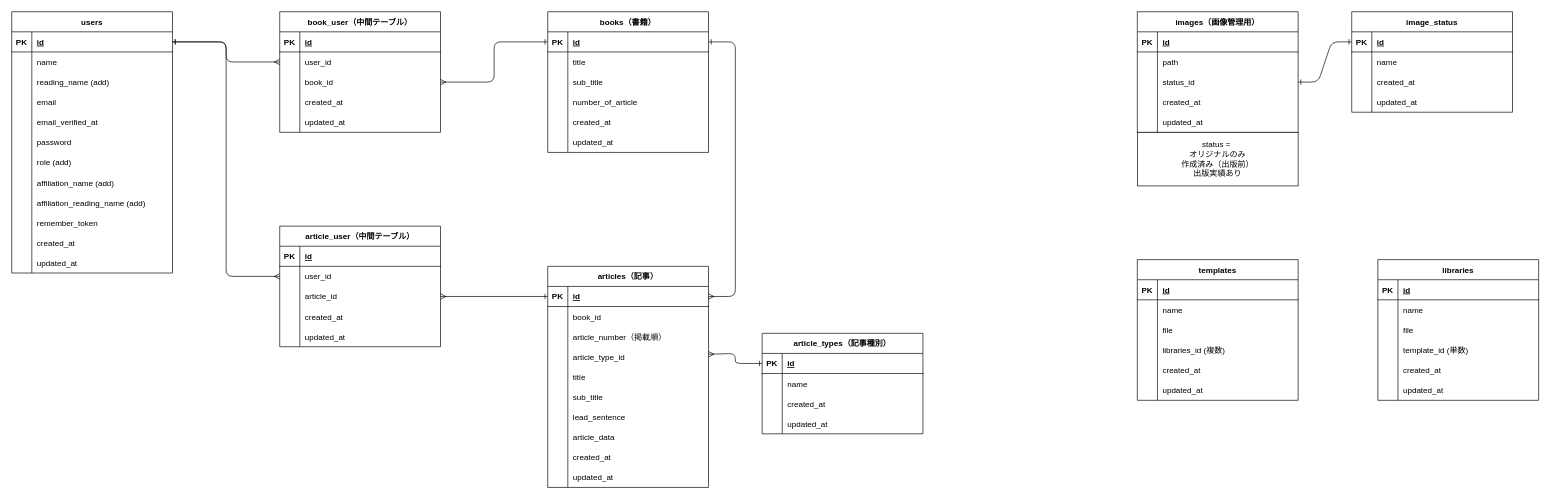
Before: _documents/BookWriterDB.drawio in nishi3da/book-writer, a draw.io diagram. Source tidied: cells renumbered, new cells numbered last; positions are measured from the earlier drawing's top-left corner, leaving out a move shared by most shapes. Both pictures are drawn from the tidied source at 67%, with x=0, y=0 at pixel (11, 11).
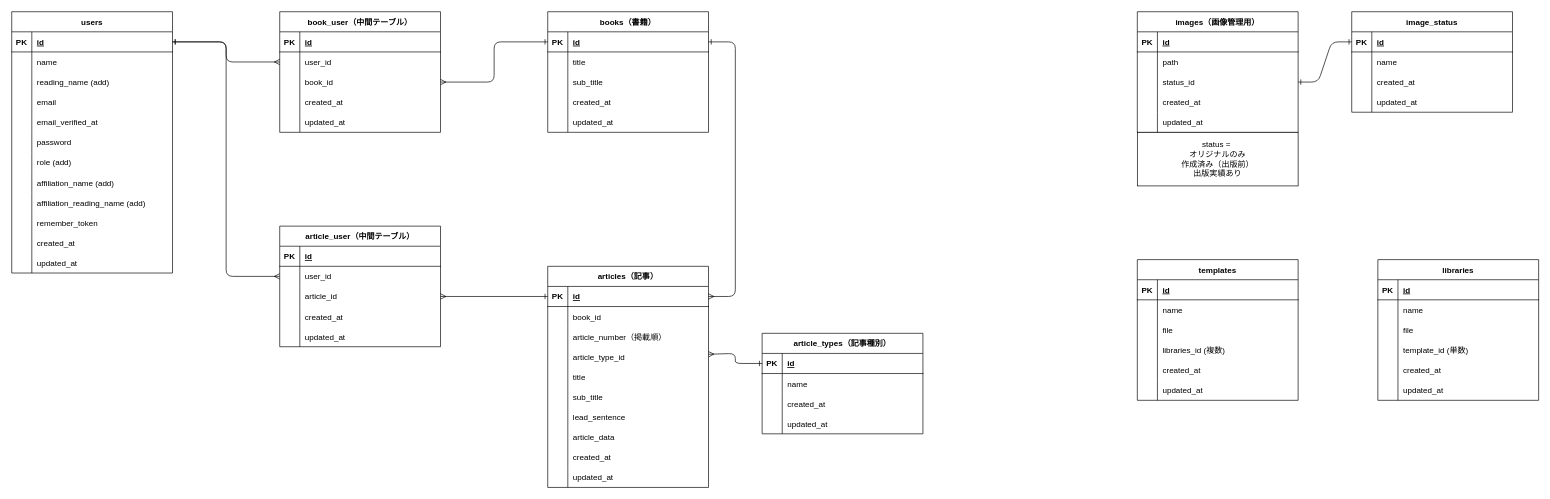
Above is the later version.

Commit message:
DB仕様書の更新 Bookテーブルからnumber_of_articleを削除

Diff of the diagram source:
```diff
@@
     <mxCell id="71" value="books（書籍）" style="shape=table;startSize=30;childLayout=tableLayout;rowLines=0;fontStyle=1;align=center;strokeColor=default;" parent="1" vertex="1">
-      <mxGeometry x="800" width="240" height="210" as="geometry" />
+      <mxGeometry x="800" width="240" height="180" as="geometry" />
     </mxCell>
@@
-    <mxCell id="81" style="shape=tableRow;horizontal=0;startSize=0;swimlaneHead=0;swimlaneBody=0;fillColor=none;top=0;left=0;right=0;bottom=0;strokeColor=default;" parent="71" vertex="1">
-      <mxGeometry y="120" width="240" height="30" as="geometry" />
-    </mxCell>
-    <mxCell id="82" style="shape=partialRectangle;fillColor=none;top=0;left=0;bottom=0;right=0;overflow=hidden;strokeColor=default;" parent="81" vertex="1">
-      <mxGeometry width="30" height="30" as="geometry" />
-    </mxCell>
-    <mxCell id="83" value="number_of_article" style="shape=partialRectangle;fillColor=none;top=0;left=0;bottom=0;right=0;align=left;spacingLeft=6;overflow=hidden;strokeColor=default;" parent="81" vertex="1">
-      <mxGeometry x="30" width="210" height="30" as="geometry" />
-    </mxCell>
     <mxCell id="84" style="shape=tableRow;horizontal=0;startSize=0;swimlaneHead=0;swimlaneBody=0;fillColor=none;top=0;left=0;right=0;bottom=0;strokeColor=default;" parent="71" vertex="1">
-      <mxGeometry y="150" width="240" height="30" as="geometry" />
+      <mxGeometry y="120" width="240" height="30" as="geometry" />
     </mxCell>
@@
     <mxCell id="87" style="shape=tableRow;horizontal=0;startSize=0;swimlaneHead=0;swimlaneBody=0;fillColor=none;top=0;left=0;right=0;bottom=0;strokeColor=default;" parent="71" vertex="1">
-      <mxGeometry y="180" width="240" height="30" as="geometry" />
+      <mxGeometry y="150" width="240" height="30" as="geometry" />
     </mxCell>
```
